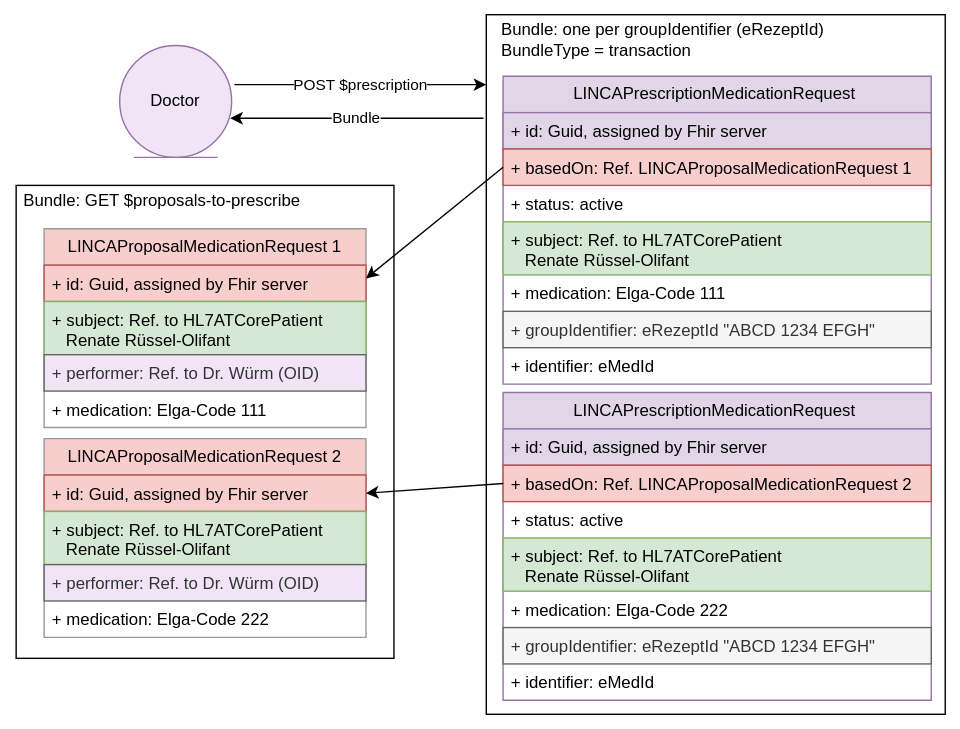
HL7Austria/LinkedCare keeps this draw.io diagram as input/images/UserStory_011_diagram.svg. Above is the earlier version. Source tidied: cells renumbered, new cells last; positions are measured from the earlier drawing's top-left corner, leaving out a move shared by most shapes. Source of this version:
```xml
<mxGraphModel>
  <root>
    <mxCell id="0" />
    <mxCell id="1" parent="0" />
    <mxCell id="2" style="rounded=0;whiteSpace=wrap;html=1;" parent="1" vertex="1">
      <mxGeometry x="337" width="328" height="500" as="geometry" />
    </mxCell>
    <mxCell id="3" style="rounded=0;whiteSpace=wrap;html=1;" parent="1" vertex="1">
      <mxGeometry x="1" y="122" width="270" height="338" as="geometry" />
    </mxCell>
    <mxCell id="4" value="POST $prescription" style="endArrow=classic;html=1;rounded=0;" parent="1" edge="1">
      <mxGeometry relative="1" as="geometry">
        <mxPoint x="157" y="50" as="sourcePoint" />
        <mxPoint x="337" y="50" as="targetPoint" />
      </mxGeometry>
    </mxCell>
    <mxCell id="5" value="LINCAPrescriptionMedicationRequest&amp;nbsp;" style="swimlane;fontStyle=0;horizontal=1;startSize=26;fillColor=#e1d5e7;whiteSpace=wrap;html=1;strokeColor=#9673a6;" parent="1" vertex="1">
      <mxGeometry x="349" y="44" width="306" height="220" as="geometry" />
    </mxCell>
    <mxCell id="6" value="+ id: Guid, assigned by Fhir server" style="text;strokeColor=#9673a6;fillColor=#e1d5e7;align=left;verticalAlign=top;spacingLeft=4;spacingRight=4;overflow=hidden;whiteSpace=wrap;html=1;" parent="5" vertex="1">
      <mxGeometry y="26" width="306" height="26" as="geometry" />
    </mxCell>
    <mxCell id="7" value="+ basedOn: Ref. LINCAProposalMedicationRequest 1" style="text;strokeColor=#b85450;fillColor=#f8cecc;align=left;verticalAlign=top;spacingLeft=4;spacingRight=4;overflow=hidden;points=[[0,0.5],[1,0.5]];portConstraint=eastwest;whiteSpace=wrap;html=1;" parent="5" vertex="1">
      <mxGeometry y="52" width="306" height="26" as="geometry" />
    </mxCell>
    <mxCell id="8" value="+ status: active" style="text;align=left;verticalAlign=top;spacingLeft=4;spacingRight=4;overflow=hidden;whiteSpace=wrap;html=1;" parent="5" vertex="1">
      <mxGeometry y="78" width="306" height="26" as="geometry" />
    </mxCell>
    <mxCell id="9" value="+ subject: Ref. to HL7ATCorePatient&amp;nbsp; &lt;br&gt;&amp;nbsp; &amp;nbsp;Renate Rüssel-Olifant" style="text;strokeColor=#82b366;fillColor=#d5e8d4;align=left;verticalAlign=top;spacingLeft=4;spacingRight=4;overflow=hidden;whiteSpace=wrap;html=1;" parent="5" vertex="1">
      <mxGeometry y="104" width="306" height="38" as="geometry" />
    </mxCell>
    <mxCell id="10" value="+ medication: Elga-Code 111" style="text;align=left;verticalAlign=top;spacingLeft=4;spacingRight=4;overflow=hidden;whiteSpace=wrap;html=1;" parent="5" vertex="1">
      <mxGeometry y="142" width="306" height="26" as="geometry" />
    </mxCell>
    <mxCell id="11" value="+ groupIdentifier: eRezeptId &quot;ABCD 1234 EFGH&quot;" style="text;align=left;verticalAlign=top;spacingLeft=4;spacingRight=4;overflow=hidden;whiteSpace=wrap;html=1;fillColor=#f5f5f5;fontColor=#333333;strokeColor=#666666;" parent="5" vertex="1">
      <mxGeometry y="168" width="306" height="26" as="geometry" />
    </mxCell>
    <mxCell id="12" value="+ identifier: eMedId" style="text;align=left;verticalAlign=top;spacingLeft=4;spacingRight=4;overflow=hidden;whiteSpace=wrap;html=1;" parent="5" vertex="1">
      <mxGeometry y="194" width="306" height="26" as="geometry" />
    </mxCell>
    <mxCell id="13" value="Bundle" style="endArrow=classic;html=1;rounded=0;" parent="1" edge="1">
      <mxGeometry x="0.01" relative="1" as="geometry">
        <mxPoint x="335" y="74" as="sourcePoint" />
        <mxPoint x="154" y="74" as="targetPoint" />
      </mxGeometry>
    </mxCell>
    <mxCell id="14" value="LINCAProposalMedicationRequest 1" style="swimlane;fontStyle=0;horizontal=1;startSize=26;fillColor=#f8cecc;whiteSpace=wrap;html=1;strokeColor=#999999;" parent="1" vertex="1">
      <mxGeometry x="21" y="153" width="230" height="142" as="geometry" />
    </mxCell>
    <mxCell id="15" value="+ id: Guid, assigned by Fhir server" style="text;strokeColor=#b85450;fillColor=#f8cecc;align=left;verticalAlign=top;spacingLeft=4;spacingRight=4;overflow=hidden;whiteSpace=wrap;html=1;" parent="14" vertex="1">
      <mxGeometry y="26" width="230" height="26" as="geometry" />
    </mxCell>
    <mxCell id="16" value="+ subject: Ref. to HL7ATCorePatient&amp;nbsp; &lt;br&gt;&amp;nbsp; &amp;nbsp;Renate Rüssel-Olifant" style="text;strokeColor=#82b366;fillColor=#d5e8d4;align=left;verticalAlign=top;spacingLeft=4;spacingRight=4;overflow=hidden;whiteSpace=wrap;html=1;" parent="14" vertex="1">
      <mxGeometry y="52" width="230" height="38" as="geometry" />
    </mxCell>
    <mxCell id="17" value="+ performer: Ref. to Dr. Würm (OID)" style="text;strokeColor=#666666;fillColor=#F1E4F7;align=left;verticalAlign=top;spacingLeft=4;spacingRight=4;overflow=hidden;whiteSpace=wrap;html=1;fontColor=#333333;" parent="14" vertex="1">
      <mxGeometry y="90" width="230" height="26" as="geometry" />
    </mxCell>
    <mxCell id="18" value="+ medication: Elga-Code 111" style="text;align=left;verticalAlign=top;spacingLeft=4;spacingRight=4;overflow=hidden;whiteSpace=wrap;html=1;" parent="14" vertex="1">
      <mxGeometry y="116" width="230" height="26" as="geometry" />
    </mxCell>
    <mxCell id="19" value="Bundle: GET $proposals-to-prescribe" style="text;html=1;strokeColor=none;fillColor=none;align=center;verticalAlign=middle;whiteSpace=wrap;rounded=0;" parent="1" vertex="1">
      <mxGeometry y="118" width="211" height="30" as="geometry" />
    </mxCell>
    <mxCell id="20" value="Doctor" style="ellipse;shape=umlEntity;whiteSpace=wrap;html=1;fillColor=#F1E4F7;strokeColor=#9673a6;" parent="1" vertex="1">
      <mxGeometry x="75" y="22" width="80" height="80" as="geometry" />
    </mxCell>
    <mxCell id="21" value="Bundle: one per groupIdentifier (eRezeptId)&lt;br&gt;BundleType = transaction" style="text;html=1;strokeColor=none;fillColor=none;align=left;verticalAlign=middle;whiteSpace=wrap;rounded=0;" parent="1" vertex="1">
      <mxGeometry x="346" y="3" width="249" height="30" as="geometry" />
    </mxCell>
    <mxCell id="22" value="LINCAProposalMedicationRequest 2" style="swimlane;fontStyle=0;horizontal=1;startSize=26;fillColor=#f8cecc;whiteSpace=wrap;html=1;strokeColor=#999999;" parent="1" vertex="1">
      <mxGeometry x="21" y="303" width="230" height="142" as="geometry" />
    </mxCell>
    <mxCell id="23" value="+ id: Guid, assigned by Fhir server" style="text;strokeColor=#b85450;fillColor=#f8cecc;align=left;verticalAlign=top;spacingLeft=4;spacingRight=4;overflow=hidden;points=[[0,0.5],[1,0.5]];portConstraint=eastwest;whiteSpace=wrap;html=1;" parent="22" vertex="1">
      <mxGeometry y="26" width="230" height="26" as="geometry" />
    </mxCell>
    <mxCell id="24" value="+ subject: Ref. to HL7ATCorePatient&amp;nbsp; &lt;br&gt;&amp;nbsp; &amp;nbsp;Renate Rüssel-Olifant" style="text;strokeColor=#82b366;fillColor=#d5e8d4;align=left;verticalAlign=top;spacingLeft=4;spacingRight=4;overflow=hidden;whiteSpace=wrap;html=1;" parent="22" vertex="1">
      <mxGeometry y="52" width="230" height="38" as="geometry" />
    </mxCell>
    <mxCell id="25" value="+ performer: Ref. to Dr. Würm (OID)" style="text;strokeColor=#666666;fillColor=#F1E4F7;align=left;verticalAlign=top;spacingLeft=4;spacingRight=4;overflow=hidden;whiteSpace=wrap;html=1;fontColor=#333333;" parent="22" vertex="1">
      <mxGeometry y="90" width="230" height="26" as="geometry" />
    </mxCell>
    <mxCell id="26" value="+ medication: Elga-Code 222" style="text;align=left;verticalAlign=top;spacingLeft=4;spacingRight=4;overflow=hidden;whiteSpace=wrap;html=1;" parent="22" vertex="1">
      <mxGeometry y="116" width="230" height="26" as="geometry" />
    </mxCell>
    <mxCell id="27" value="LINCAPrescriptionMedicationRequest&amp;nbsp;" style="swimlane;fontStyle=0;horizontal=1;startSize=26;fillColor=#e1d5e7;whiteSpace=wrap;html=1;strokeColor=#9673a6;" parent="1" vertex="1">
      <mxGeometry x="349" y="270" width="306" height="220" as="geometry" />
    </mxCell>
    <mxCell id="28" value="+ id: Guid, assigned by Fhir server" style="text;strokeColor=#9673a6;fillColor=#e1d5e7;align=left;verticalAlign=top;spacingLeft=4;spacingRight=4;overflow=hidden;whiteSpace=wrap;html=1;" parent="27" vertex="1">
      <mxGeometry y="26" width="306" height="26" as="geometry" />
    </mxCell>
    <mxCell id="29" value="+ basedOn: Ref. LINCAProposalMedicationRequest 2" style="text;strokeColor=#b85450;fillColor=#f8cecc;align=left;verticalAlign=top;spacingLeft=4;spacingRight=4;overflow=hidden;points=[[0,0.5],[1,0.5]];portConstraint=eastwest;whiteSpace=wrap;html=1;" parent="27" vertex="1">
      <mxGeometry y="52" width="306" height="26" as="geometry" />
    </mxCell>
    <mxCell id="30" value="+ status: active" style="text;align=left;verticalAlign=top;spacingLeft=4;spacingRight=4;overflow=hidden;whiteSpace=wrap;html=1;" parent="27" vertex="1">
      <mxGeometry y="78" width="306" height="26" as="geometry" />
    </mxCell>
    <mxCell id="31" value="+ subject: Ref. to HL7ATCorePatient&amp;nbsp; &lt;br&gt;&amp;nbsp; &amp;nbsp;Renate Rüssel-Olifant" style="text;strokeColor=#82b366;fillColor=#d5e8d4;align=left;verticalAlign=top;spacingLeft=4;spacingRight=4;overflow=hidden;whiteSpace=wrap;html=1;" parent="27" vertex="1">
      <mxGeometry y="104" width="306" height="38" as="geometry" />
    </mxCell>
    <mxCell id="32" value="+ medication: Elga-Code 222" style="text;align=left;verticalAlign=top;spacingLeft=4;spacingRight=4;overflow=hidden;whiteSpace=wrap;html=1;" parent="27" vertex="1">
      <mxGeometry y="142" width="306" height="26" as="geometry" />
    </mxCell>
    <mxCell id="33" value="+ groupIdentifier: eRezeptId &quot;ABCD 1234 EFGH&quot;" style="text;align=left;verticalAlign=top;spacingLeft=4;spacingRight=4;overflow=hidden;whiteSpace=wrap;html=1;fillColor=#f5f5f5;fontColor=#333333;strokeColor=#666666;" parent="27" vertex="1">
      <mxGeometry y="168" width="306" height="26" as="geometry" />
    </mxCell>
    <mxCell id="34" value="+ identifier: eMedId" style="text;align=left;verticalAlign=top;spacingLeft=4;spacingRight=4;overflow=hidden;whiteSpace=wrap;html=1;" parent="27" vertex="1">
      <mxGeometry y="194" width="306" height="26" as="geometry" />
    </mxCell>
    <mxCell id="35" style="endArrow=classic;html=1;rounded=0;entryX=1;entryY=0.25;entryDx=0;entryDy=0;exitX=0;exitY=0.5;exitDx=0;exitDy=0;" parent="1" edge="1" source="7" target="14">
      <mxGeometry relative="1" as="geometry" />
    </mxCell>
    <mxCell id="36" style="endArrow=classic;html=1;rounded=0;entryX=1;entryY=0.5;entryDx=0;entryDy=0;exitX=0;exitY=0.5;exitDx=0;exitDy=0;" parent="1" edge="1" source="29" target="23">
      <mxGeometry relative="1" as="geometry" />
    </mxCell>
  </root>
</mxGraphModel>
```
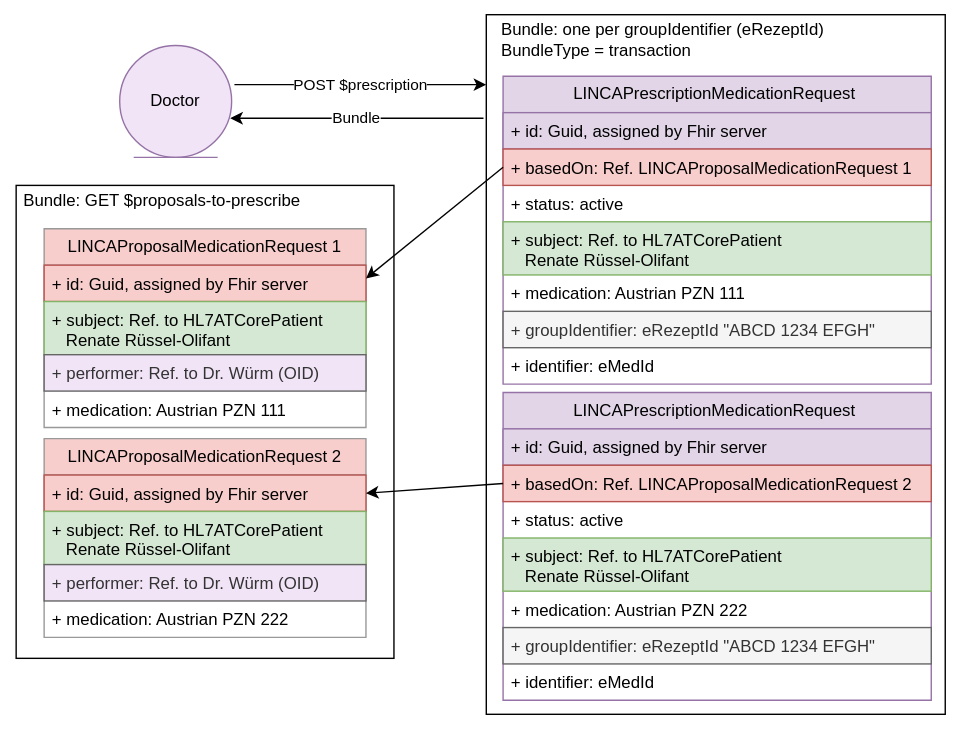
After the change.

The edit, as a diff of the source:
```diff
@@ -29,7 +29,7 @@
     <mxCell id="9" value="+ subject: Ref. to HL7ATCorePatient&amp;nbsp; &lt;br&gt;&amp;nbsp; &amp;nbsp;Renate Rüssel-Olifant" style="text;strokeColor=#82b366;fillColor=#d5e8d4;align=left;verticalAlign=top;spacingLeft=4;spacingRight=4;overflow=hidden;whiteSpace=wrap;html=1;" parent="5" vertex="1">
       <mxGeometry y="104" width="306" height="38" as="geometry" />
     </mxCell>
-    <mxCell id="10" value="+ medication: Elga-Code 111" style="text;align=left;verticalAlign=top;spacingLeft=4;spacingRight=4;overflow=hidden;whiteSpace=wrap;html=1;" parent="5" vertex="1">
+    <mxCell id="10" value="+ medication: Austrian PZN 111" style="text;align=left;verticalAlign=top;spacingLeft=4;spacingRight=4;overflow=hidden;whiteSpace=wrap;html=1;" parent="5" vertex="1">
       <mxGeometry y="142" width="306" height="26" as="geometry" />
     </mxCell>
     <mxCell id="11" value="+ groupIdentifier: eRezeptId &quot;ABCD 1234 EFGH&quot;" style="text;align=left;verticalAlign=top;spacingLeft=4;spacingRight=4;overflow=hidden;whiteSpace=wrap;html=1;fillColor=#f5f5f5;fontColor=#333333;strokeColor=#666666;" parent="5" vertex="1">
@@ -56,7 +56,7 @@
     <mxCell id="17" value="+ performer: Ref. to Dr. Würm (OID)" style="text;strokeColor=#666666;fillColor=#F1E4F7;align=left;verticalAlign=top;spacingLeft=4;spacingRight=4;overflow=hidden;whiteSpace=wrap;html=1;fontColor=#333333;" parent="14" vertex="1">
       <mxGeometry y="90" width="230" height="26" as="geometry" />
     </mxCell>
-    <mxCell id="18" value="+ medication: Elga-Code 111" style="text;align=left;verticalAlign=top;spacingLeft=4;spacingRight=4;overflow=hidden;whiteSpace=wrap;html=1;" parent="14" vertex="1">
+    <mxCell id="18" value="+ medication: Austrian PZN 111" style="text;align=left;verticalAlign=top;spacingLeft=4;spacingRight=4;overflow=hidden;whiteSpace=wrap;html=1;" parent="14" vertex="1">
       <mxGeometry y="116" width="230" height="26" as="geometry" />
     </mxCell>
     <mxCell id="19" value="Bundle: GET $proposals-to-prescribe" style="text;html=1;strokeColor=none;fillColor=none;align=center;verticalAlign=middle;whiteSpace=wrap;rounded=0;" parent="1" vertex="1">
@@ -80,7 +80,7 @@
     <mxCell id="25" value="+ performer: Ref. to Dr. Würm (OID)" style="text;strokeColor=#666666;fillColor=#F1E4F7;align=left;verticalAlign=top;spacingLeft=4;spacingRight=4;overflow=hidden;whiteSpace=wrap;html=1;fontColor=#333333;" parent="22" vertex="1">
       <mxGeometry y="90" width="230" height="26" as="geometry" />
     </mxCell>
-    <mxCell id="26" value="+ medication: Elga-Code 222" style="text;align=left;verticalAlign=top;spacingLeft=4;spacingRight=4;overflow=hidden;whiteSpace=wrap;html=1;" parent="22" vertex="1">
+    <mxCell id="26" value="+ medication: Austrian PZN 222" style="text;align=left;verticalAlign=top;spacingLeft=4;spacingRight=4;overflow=hidden;whiteSpace=wrap;html=1;" parent="22" vertex="1">
       <mxGeometry y="116" width="230" height="26" as="geometry" />
     </mxCell>
     <mxCell id="27" value="LINCAPrescriptionMedicationRequest&amp;nbsp;" style="swimlane;fontStyle=0;horizontal=1;startSize=26;fillColor=#e1d5e7;whiteSpace=wrap;html=1;strokeColor=#9673a6;" parent="1" vertex="1">
@@ -98,7 +98,7 @@
     <mxCell id="31" value="+ subject: Ref. to HL7ATCorePatient&amp;nbsp; &lt;br&gt;&amp;nbsp; &amp;nbsp;Renate Rüssel-Olifant" style="text;strokeColor=#82b366;fillColor=#d5e8d4;align=left;verticalAlign=top;spacingLeft=4;spacingRight=4;overflow=hidden;whiteSpace=wrap;html=1;" parent="27" vertex="1">
       <mxGeometry y="104" width="306" height="38" as="geometry" />
     </mxCell>
-    <mxCell id="32" value="+ medication: Elga-Code 222" style="text;align=left;verticalAlign=top;spacingLeft=4;spacingRight=4;overflow=hidden;whiteSpace=wrap;html=1;" parent="27" vertex="1">
+    <mxCell id="32" value="+ medication: Austrian PZN 222" style="text;align=left;verticalAlign=top;spacingLeft=4;spacingRight=4;overflow=hidden;whiteSpace=wrap;html=1;" parent="27" vertex="1">
       <mxGeometry y="142" width="306" height="26" as="geometry" />
     </mxCell>
     <mxCell id="33" value="+ groupIdentifier: eRezeptId &quot;ABCD 1234 EFGH&quot;" style="text;align=left;verticalAlign=top;spacingLeft=4;spacingRight=4;overflow=hidden;whiteSpace=wrap;html=1;fillColor=#f5f5f5;fontColor=#333333;strokeColor=#666666;" parent="27" vertex="1">
```
